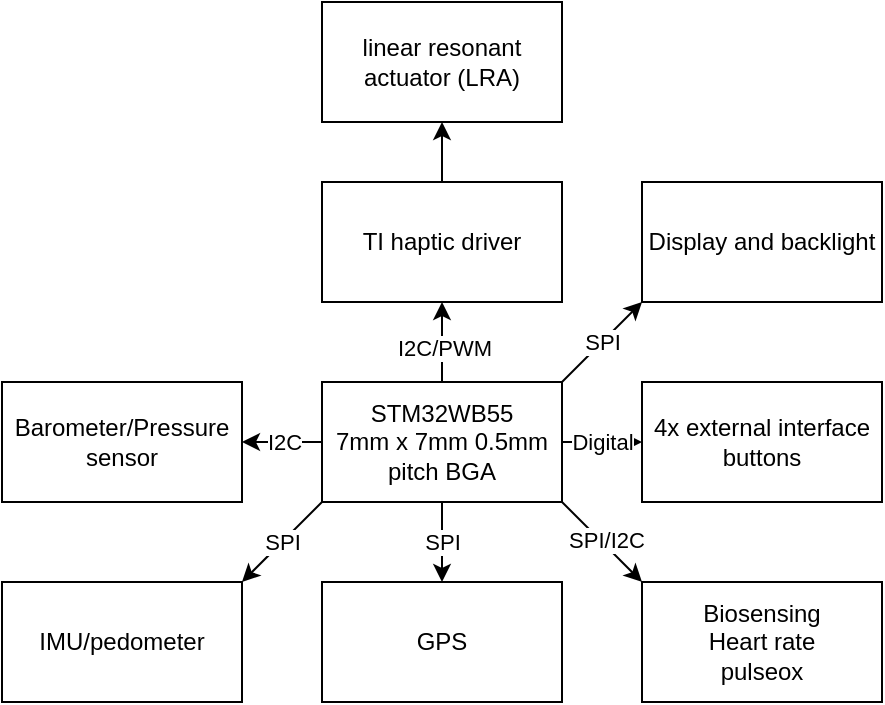
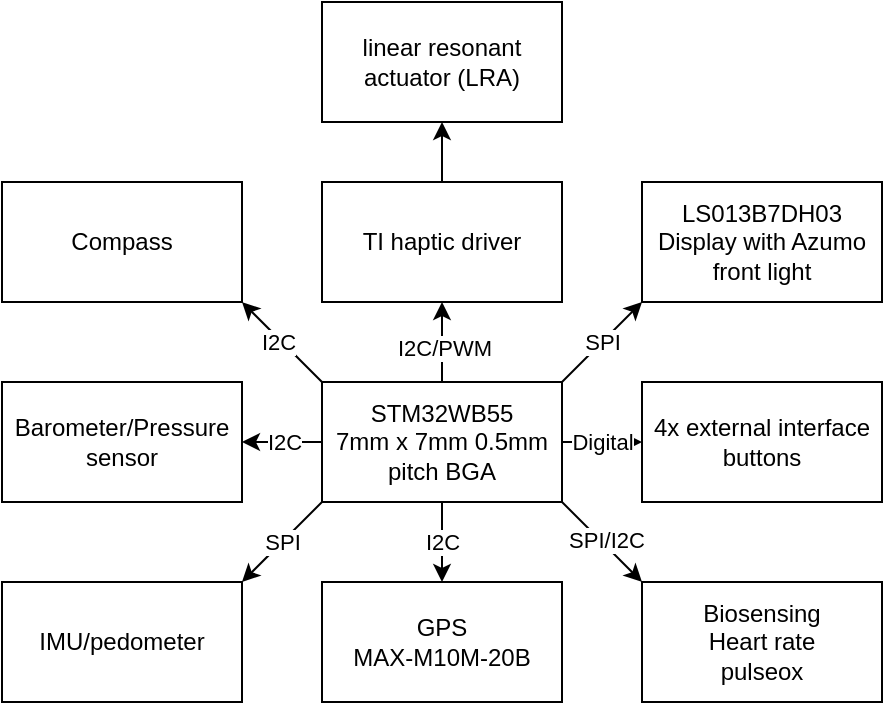
<mxfile host="app.diagrams.net">
  <diagram name="Page-1" id="Q3WwTuGCmdNWlt00-iV6">
-     <mxGraphModel dx="688" dy="447" grid="1" gridSize="10" guides="1" tooltips="1" connect="1" arrows="1" fold="1" page="1" pageScale="1" pageWidth="850" pageHeight="1100" math="0" shadow="0">
+     <mxGraphModel dx="1003" dy="653" grid="1" gridSize="10" guides="1" tooltips="1" connect="1" arrows="1" fold="1" page="1" pageScale="1" pageWidth="850" pageHeight="1100" math="0" shadow="0">
      <root>
        <mxCell id="0" />
        <mxCell id="1" parent="0" />
        <mxCell id="h2kge1uLGoelDCF7felu-6" edge="1" parent="1" source="h2kge1uLGoelDCF7felu-1" style="rounded=0;orthogonalLoop=1;jettySize=auto;html=1;exitX=1;exitY=1;exitDx=0;exitDy=0;entryX=0;entryY=0;entryDx=0;entryDy=0;" target="h2kge1uLGoelDCF7felu-5">
          <mxGeometry relative="1" as="geometry" />
        </mxCell>
        <mxCell id="h2kge1uLGoelDCF7felu-22" connectable="0" parent="h2kge1uLGoelDCF7felu-6" style="edgeLabel;html=1;align=center;verticalAlign=middle;resizable=0;points=[];" value="SPI/I2C" vertex="1">
          <mxGeometry relative="1" x="0.0036" y="2" as="geometry">
            <mxPoint as="offset" />
          </mxGeometry>
        </mxCell>
        <mxCell id="h2kge1uLGoelDCF7felu-7" edge="1" parent="1" source="h2kge1uLGoelDCF7felu-1" style="edgeStyle=orthogonalEdgeStyle;rounded=0;orthogonalLoop=1;jettySize=auto;html=1;" target="h2kge1uLGoelDCF7felu-2" value="">
          <mxGeometry relative="1" as="geometry" />
        </mxCell>
-         <mxCell id="h2kge1uLGoelDCF7felu-21" connectable="0" parent="h2kge1uLGoelDCF7felu-7" style="edgeLabel;html=1;align=center;verticalAlign=middle;resizable=0;points=[];" value="SPI" vertex="1">
+         <mxCell id="h2kge1uLGoelDCF7felu-21" connectable="0" parent="h2kge1uLGoelDCF7felu-7" style="edgeLabel;html=1;align=center;verticalAlign=middle;resizable=0;points=[];" value="I2C" vertex="1">
          <mxGeometry relative="1" x="-0.3929" y="-2" as="geometry">
            <mxPoint x="2" y="8" as="offset" />
          </mxGeometry>
        </mxCell>
        <mxCell id="h2kge1uLGoelDCF7felu-8" edge="1" parent="1" source="h2kge1uLGoelDCF7felu-1" style="rounded=0;orthogonalLoop=1;jettySize=auto;html=1;exitX=0;exitY=1;exitDx=0;exitDy=0;entryX=1;entryY=0;entryDx=0;entryDy=0;" target="h2kge1uLGoelDCF7felu-4">
          <mxGeometry relative="1" as="geometry" />
        </mxCell>
        <mxCell id="h2kge1uLGoelDCF7felu-20" connectable="0" parent="h2kge1uLGoelDCF7felu-8" style="edgeLabel;html=1;align=center;verticalAlign=middle;resizable=0;points=[];" value="SPI" vertex="1">
          <mxGeometry relative="1" x="0.2607" as="geometry">
            <mxPoint x="5" y="-5" as="offset" />
          </mxGeometry>
        </mxCell>
        <mxCell id="h2kge1uLGoelDCF7felu-9" edge="1" parent="1" source="h2kge1uLGoelDCF7felu-1" style="edgeStyle=orthogonalEdgeStyle;rounded=0;orthogonalLoop=1;jettySize=auto;html=1;" target="h2kge1uLGoelDCF7felu-3" value="Digital">
          <mxGeometry relative="1" as="geometry" />
        </mxCell>
        <mxCell id="h2kge1uLGoelDCF7felu-11" edge="1" parent="1" source="h2kge1uLGoelDCF7felu-1" style="edgeStyle=orthogonalEdgeStyle;rounded=0;orthogonalLoop=1;jettySize=auto;html=1;" target="h2kge1uLGoelDCF7felu-10" value="">
          <mxGeometry relative="1" as="geometry" />
        </mxCell>
        <mxCell id="h2kge1uLGoelDCF7felu-23" connectable="0" parent="h2kge1uLGoelDCF7felu-11" style="edgeLabel;html=1;align=center;verticalAlign=middle;resizable=0;points=[];" value="I2C" vertex="1">
          <mxGeometry relative="1" x="0.2286" y="-1" as="geometry">
            <mxPoint x="5" y="1" as="offset" />
          </mxGeometry>
        </mxCell>
        <mxCell id="h2kge1uLGoelDCF7felu-15" edge="1" parent="1" source="h2kge1uLGoelDCF7felu-1" style="edgeStyle=orthogonalEdgeStyle;rounded=0;orthogonalLoop=1;jettySize=auto;html=1;" target="h2kge1uLGoelDCF7felu-12" value="">
          <mxGeometry relative="1" as="geometry" />
        </mxCell>
        <mxCell id="h2kge1uLGoelDCF7felu-18" connectable="0" parent="h2kge1uLGoelDCF7felu-15" style="edgeLabel;html=1;align=center;verticalAlign=middle;resizable=0;points=[];" value="I2C/PWM" vertex="1">
          <mxGeometry relative="1" x="-0.1214" y="-1" as="geometry">
            <mxPoint as="offset" />
          </mxGeometry>
        </mxCell>
        <mxCell id="h2kge1uLGoelDCF7felu-17" edge="1" parent="1" source="h2kge1uLGoelDCF7felu-1" style="rounded=0;orthogonalLoop=1;jettySize=auto;html=1;exitX=1;exitY=0;exitDx=0;exitDy=0;entryX=0;entryY=1;entryDx=0;entryDy=0;" target="h2kge1uLGoelDCF7felu-16">
          <mxGeometry relative="1" as="geometry" />
        </mxCell>
        <mxCell id="h2kge1uLGoelDCF7felu-19" connectable="0" parent="h2kge1uLGoelDCF7felu-17" style="edgeLabel;html=1;align=center;verticalAlign=middle;resizable=0;points=[];" value="SPI" vertex="1">
          <mxGeometry relative="1" x="0.025" y="-1" as="geometry">
            <mxPoint x="-1" as="offset" />
          </mxGeometry>
        </mxCell>
+         <mxCell id="h2kge1uLGoelDCF7felu-25" edge="1" parent="1" source="h2kge1uLGoelDCF7felu-1" style="rounded=0;orthogonalLoop=1;jettySize=auto;html=1;exitX=0;exitY=0;exitDx=0;exitDy=0;entryX=1;entryY=1;entryDx=0;entryDy=0;" target="h2kge1uLGoelDCF7felu-24">
+           <mxGeometry relative="1" as="geometry" />
+         </mxCell>
+         <mxCell id="h2kge1uLGoelDCF7felu-26" connectable="0" parent="h2kge1uLGoelDCF7felu-25" style="edgeLabel;html=1;align=center;verticalAlign=middle;resizable=0;points=[];" value="I2C" vertex="1">
+           <mxGeometry relative="1" x="0.0667" y="2" as="geometry">
+             <mxPoint as="offset" />
+           </mxGeometry>
+         </mxCell>
        <mxCell id="h2kge1uLGoelDCF7felu-1" parent="1" style="rounded=0;whiteSpace=wrap;html=1;" value="STM32WB55&lt;br&gt;7mm x 7mm 0.5mm pitch BGA" vertex="1">
          <mxGeometry height="60" width="120" x="360" y="350" as="geometry" />
        </mxCell>
-         <mxCell id="h2kge1uLGoelDCF7felu-2" parent="1" style="rounded=0;whiteSpace=wrap;html=1;" value="GPS" vertex="1">
+         <mxCell id="h2kge1uLGoelDCF7felu-2" parent="1" style="rounded=0;whiteSpace=wrap;html=1;" value="GPS&lt;br&gt;MAX-M10M-20B" vertex="1">
          <mxGeometry height="60" width="120" x="360" y="450" as="geometry" />
        </mxCell>
        <mxCell id="h2kge1uLGoelDCF7felu-3" parent="1" style="rounded=0;whiteSpace=wrap;html=1;" value="4x external interface buttons" vertex="1">
          <mxGeometry height="60" width="120" x="520" y="350" as="geometry" />
        </mxCell>
        <mxCell id="h2kge1uLGoelDCF7felu-4" parent="1" style="rounded=0;whiteSpace=wrap;html=1;" value="IMU/pedometer" vertex="1">
          <mxGeometry height="60" width="120" x="200" y="450" as="geometry" />
        </mxCell>
        <mxCell id="h2kge1uLGoelDCF7felu-5" parent="1" style="rounded=0;whiteSpace=wrap;html=1;" value="Biosensing&lt;br&gt;Heart rate&lt;br&gt;pulseox" vertex="1">
          <mxGeometry height="60" width="120" x="520" y="450" as="geometry" />
        </mxCell>
        <mxCell id="h2kge1uLGoelDCF7felu-10" parent="1" style="rounded=0;whiteSpace=wrap;html=1;" value="Barometer/Pressure sensor" vertex="1">
          <mxGeometry height="60" width="120" x="200" y="350" as="geometry" />
        </mxCell>
        <mxCell id="h2kge1uLGoelDCF7felu-14" edge="1" parent="1" source="h2kge1uLGoelDCF7felu-12" style="edgeStyle=orthogonalEdgeStyle;rounded=0;orthogonalLoop=1;jettySize=auto;html=1;" target="h2kge1uLGoelDCF7felu-13" value="">
          <mxGeometry relative="1" as="geometry" />
        </mxCell>
        <mxCell id="h2kge1uLGoelDCF7felu-12" parent="1" style="rounded=0;whiteSpace=wrap;html=1;" value="TI haptic driver" vertex="1">
          <mxGeometry height="60" width="120" x="360" y="250" as="geometry" />
        </mxCell>
        <mxCell id="h2kge1uLGoelDCF7felu-13" parent="1" style="rounded=0;whiteSpace=wrap;html=1;" value="linear resonant actuator (LRA)" vertex="1">
          <mxGeometry height="60" width="120" x="360" y="160" as="geometry" />
        </mxCell>
-         <mxCell id="h2kge1uLGoelDCF7felu-16" parent="1" style="rounded=0;whiteSpace=wrap;html=1;" value="Display and backlight" vertex="1">
+         <mxCell id="h2kge1uLGoelDCF7felu-16" parent="1" style="rounded=0;whiteSpace=wrap;html=1;" value="LS013B7DH03 Display with Azumo front light" vertex="1">
          <mxGeometry height="60" width="120" x="520" y="250" as="geometry" />
+         </mxCell>
+         <mxCell id="h2kge1uLGoelDCF7felu-24" parent="1" style="rounded=0;whiteSpace=wrap;html=1;" value="Compass" vertex="1">
+           <mxGeometry height="60" width="120" x="200" y="250" as="geometry" />
        </mxCell>
      </root>
    </mxGraphModel>
  </diagram>
</mxfile>
